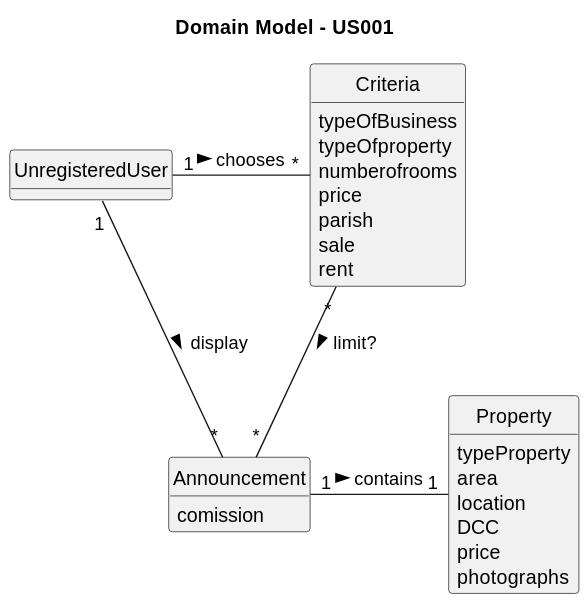
Above: docs/sprintA/us001/02.analysis/svg/us001-domain-model.svg in rita-barbosa/LAPR2-2223 (PlantUML), before the change. Source of this version:
```plantuml
@startuml
skinparam monochrome true
skinparam packageStyle rectangle
skinparam shadowing false


skinparam classAttributeIconSize 0

hide circle
hide methods

title Domain Model - US001

class UnregisteredUser{
}

class Announcement {
    comission
}

class Property{
    typeProperty
    area
    location
    DCC
    price
    photographs
}

class Criteria{
    typeOfBusiness
    typeOfproperty
    numberofrooms
    price
    parish
    sale
    rent

}

UnregisteredUser "1" - "*" Announcement: display >
UnregisteredUser "1" - "*" Criteria: chooses >
Announcement "1" - "1" Property: contains >
Criteria "*" -- "*" Announcement: limit? >

@enduml
```
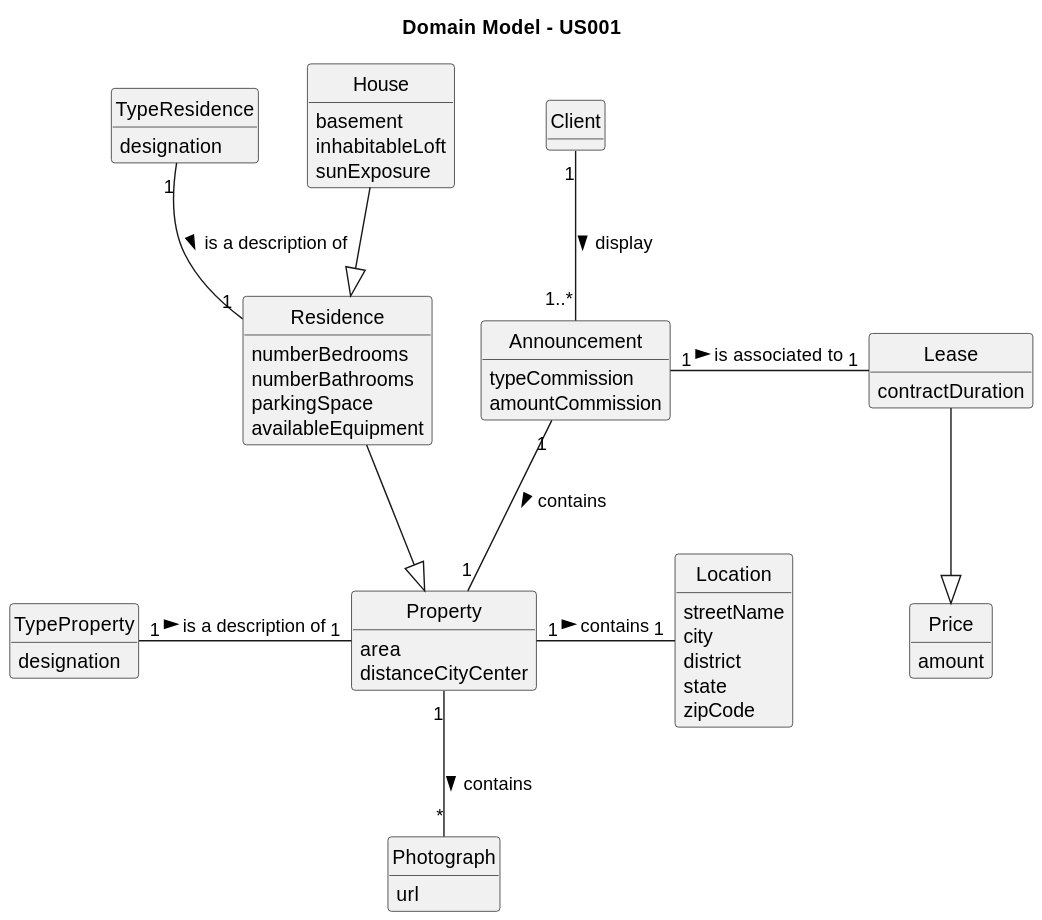
The same diagram one commit later.

Commit message:
US003 Domain Model

The edit, as a diff of the source:
```diff
@@ -11,36 +11,68 @@
 
 title Domain Model - US001
 
-class UnregisteredUser{
-}
+class Client{}
 
 class Announcement {
-    comission
+    typeCommission
+    amountCommission
 }
 
 class Property{
-    typeProperty
-    area
-    location
-    DCC
-    price
-    photographs
+      area
+      distanceCityCenter
 }
 
-class Criteria{
-    typeOfBusiness
-    typeOfproperty
-    numberofrooms
-    price
-    parish
-    sale
-    rent
-
+class Price{
+amount
 }
 
-UnregisteredUser "1" - "*" Announcement: display >
-UnregisteredUser "1" - "*" Criteria: chooses >
-Announcement "1" - "1" Property: contains >
-Criteria "*" -- "*" Announcement: limit? >
+class Lease{
+contractDuration
+}
 
+class Location{
+streetName
+city
+district
+state
+zipCode
+}
+
+class TypeProperty{
+designation
+}
+
+class TypeResidence{
+designation
+}
+
+class Photograph{
+url
+}
+
+class House{
+ basement
+ inhabitableLoft
+ sunExposure
+}
+
+class Residence{
+ numberBedrooms
+ numberBathrooms
+ parkingSpace
+availableEquipment
+}
+
+
+Client "1" -- "1..*" Announcement: display >
+Announcement "1" -- "1" Property: contains >
+Announcement "1" - "1" Lease: is associated to >
+Residence  --|>  Property
+House --|> Residence
+TypeProperty "1" - "1" Property: is a description of >
+TypeResidence "1" -- "1" Residence: is a description of >
+Property "1" - "1" Location: contains >
+Property "1" -- "*" Photograph: contains >
+Price <|-up- Lease
 @enduml
```
